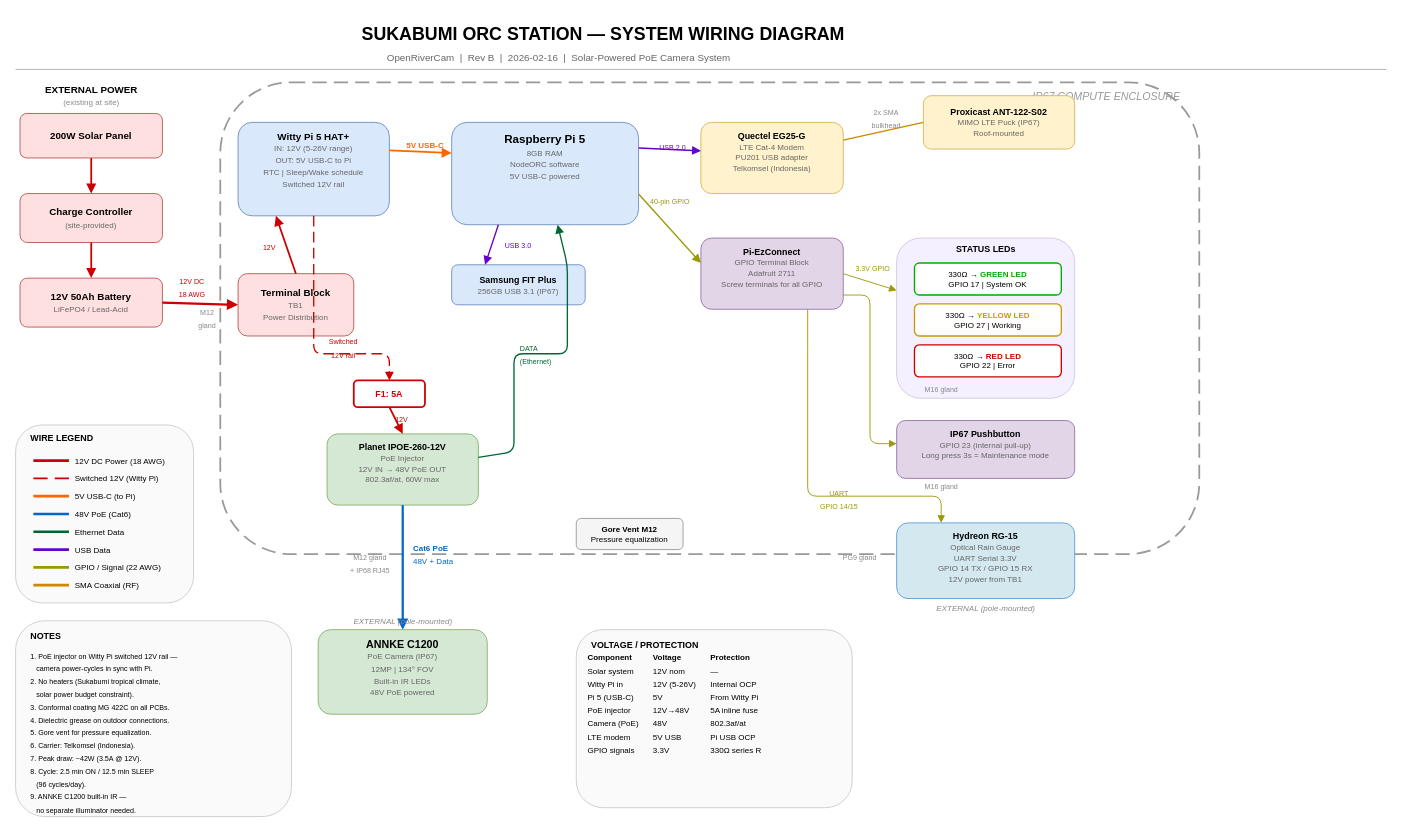
tom-jordan23/openrivercam keeps this draw.io diagram as spring_2026_ID/diagrams/sukabumi/sukabumi_system.drawio. Above is the earlier version. Source tidied: cells renumbered, new cells numbered last; positions are measured from the earlier drawing's top-left corner, leaving out a move shared by most shapes. Both pictures are drawn from the tidied source at 89%, with x=0, y=0 at pixel (15, 15).
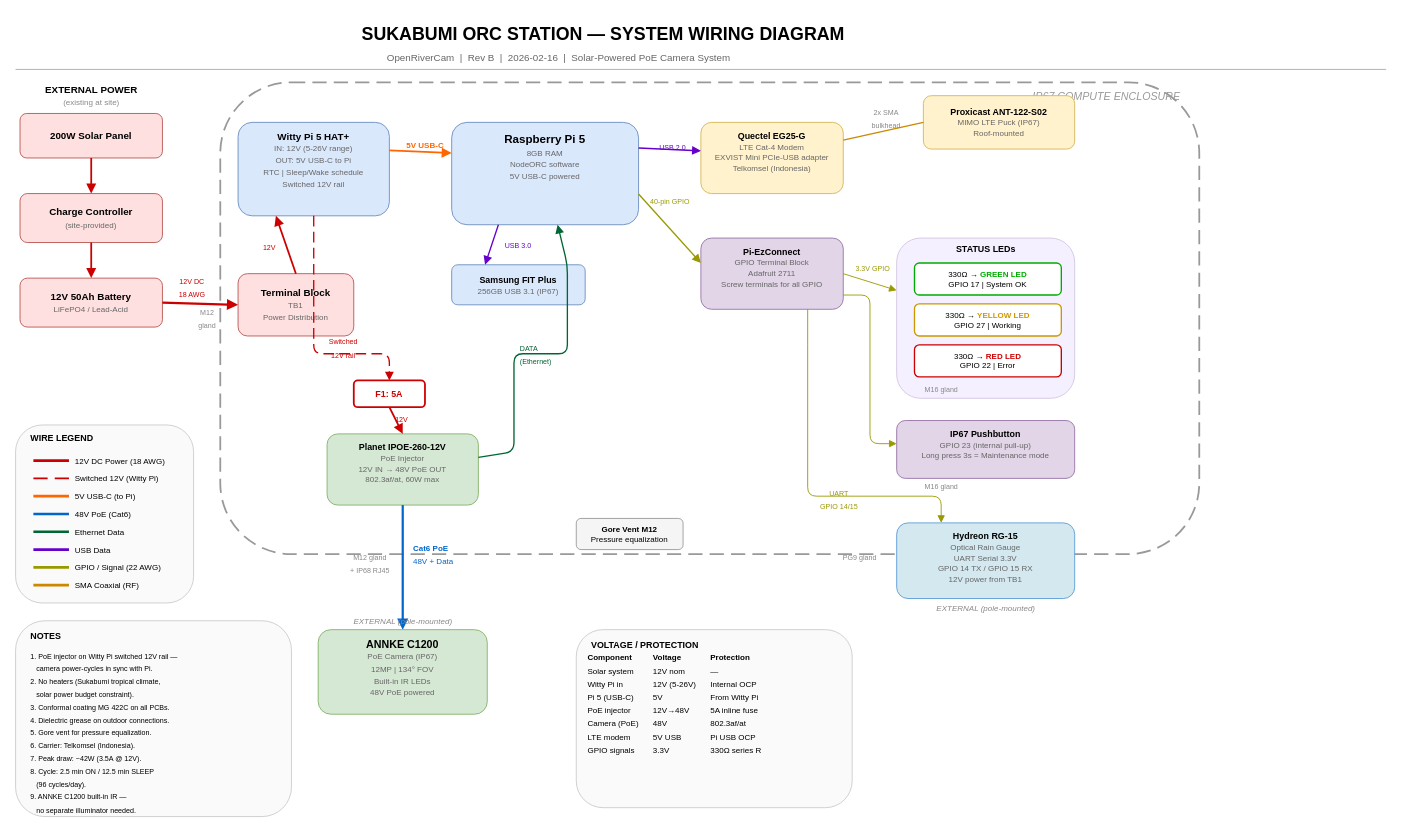
The same page after the edit.

Diff of the diagram source:
```diff
@@
-    <mxCell id="26" value="&lt;b&gt;Quectel EG25-G&lt;/b&gt;&lt;br&gt;&lt;font style=&quot;font-size: 9px;&quot; color=&quot;#666&quot;&gt;LTE Cat-4 Modem&lt;br&gt;PU201 USB adapter&lt;br&gt;Telkomsel (Indonesia)&lt;/font&gt;" style="rounded=1;whiteSpace=wrap;html=1;fillColor=#FFF2CC;strokeColor=#D6B656;fontSize=10;verticalAlign=top;spacingTop=3;" parent="1" vertex="1">
+    <mxCell id="26" value="&lt;b&gt;Quectel EG25-G&lt;/b&gt;&lt;br&gt;&lt;font style=&quot;font-size: 9px;&quot; color=&quot;#666&quot;&gt;LTE Cat-4 Modem&lt;br&gt;EXVIST Mini PCIe-USB adapter&lt;br&gt;Telkomsel (Indonesia)&lt;/font&gt;" style="rounded=1;whiteSpace=wrap;html=1;fillColor=#FFF2CC;strokeColor=#D6B656;fontSize=10;verticalAlign=top;spacingTop=3;" parent="1" vertex="1">
       <mxGeometry x="770" y="120" width="160" height="80" as="geometry" />
     </mxCell>
```
